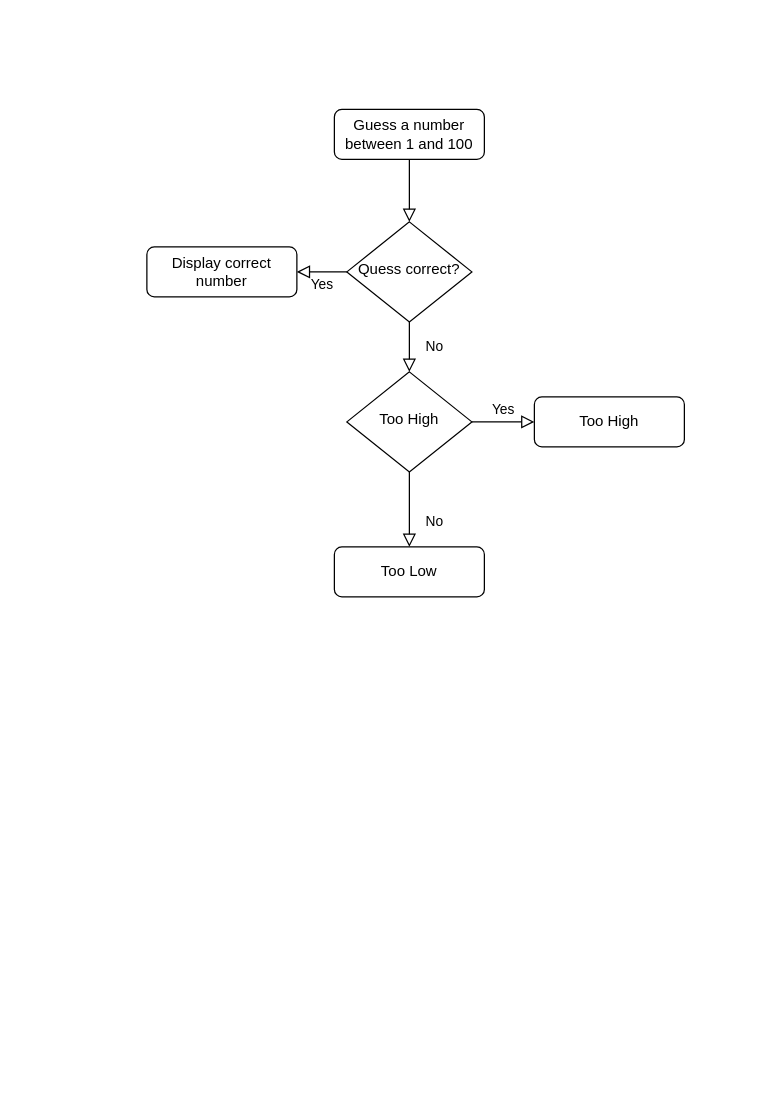
The draw.io diagram guess_the_number.drawio in johangenis/100-days-of-python, before the edit. Source tidied: cells renumbered, new cells numbered last; positions are measured from the earlier drawing's top-left corner, leaving out a move shared by most shapes. Both pictures are drawn from the tidied source at 125%, with x=0, y=0 at pixel (146, 109).
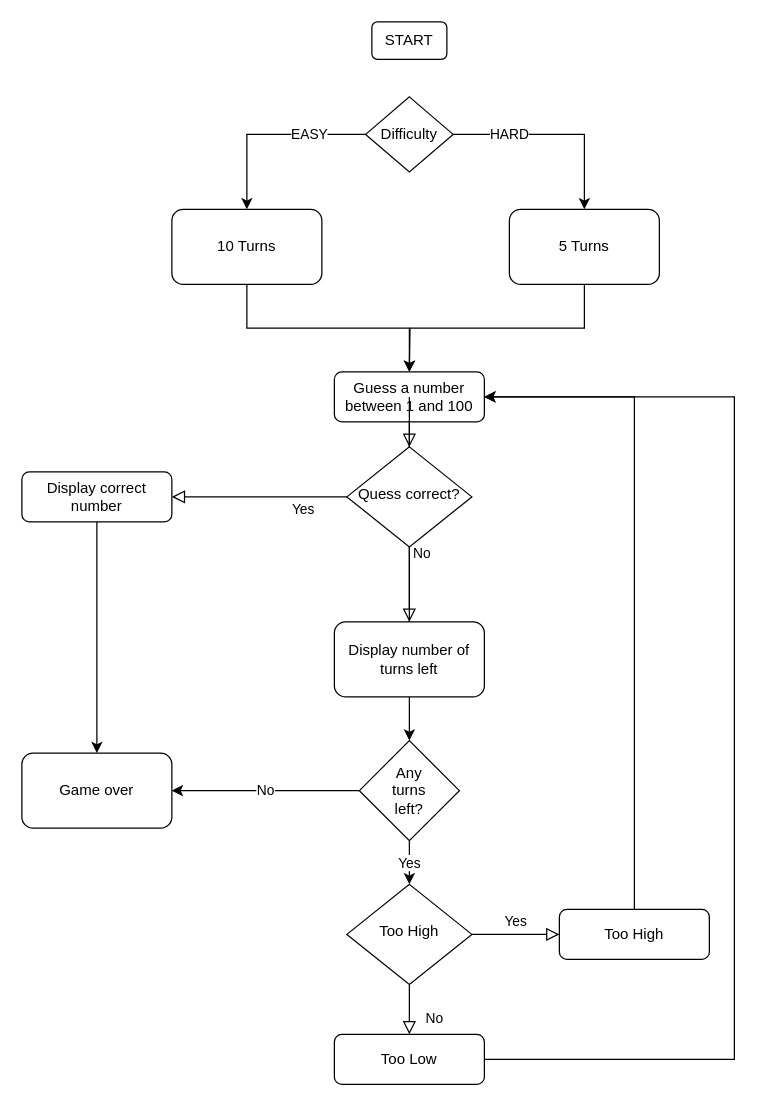
After the change.

The edit, as a diff of the source:
```diff
@@
     <mxCell id="3" value="Guess a number between 1 and 100" style="rounded=1;whiteSpace=wrap;html=1;fontSize=12;glass=0;strokeWidth=1;shadow=0;" parent="1" vertex="1">
-      <mxGeometry x="150" width="120" height="40" as="geometry" />
+      <mxGeometry x="150" y="210" width="120" height="40" as="geometry" />
     </mxCell>
-    <mxCell id="4" value="No" style="rounded=0;html=1;jettySize=auto;fontSize=11;endArrow=block;endFill=0;endSize=8;strokeWidth=1;shadow=0;labelBackgroundColor=none;edgeStyle=orthogonalEdgeStyle;" parent="1" edge="1" source="6" target="10">
-      <mxGeometry y="20" relative="1" as="geometry" />
-    </mxCell>
     <mxCell id="5" value="Yes" style="edgeStyle=orthogonalEdgeStyle;rounded=0;html=1;jettySize=auto;fontSize=11;endArrow=block;endFill=0;endSize=8;strokeWidth=1;shadow=0;labelBackgroundColor=none;" parent="1" edge="1" source="6" target="7">
-      <mxGeometry y="10" relative="1" as="geometry" />
+      <mxGeometry x="-0.5" y="10" relative="1" as="geometry" />
     </mxCell>
-    <mxCell id="6" value="Quess correct?" style="rhombus;whiteSpace=wrap;html=1;shadow=0;fontFamily=Helvetica;fontSize=12;align=center;strokeWidth=1;spacing=6;spacingTop=-4;" parent="1" vertex="1">
-      <mxGeometry x="160" y="90" width="100" height="80" as="geometry" />
-    </mxCell>
+    <mxCell id="13" style="edgeStyle=orthogonalEdgeStyle;rounded=0;jettySize=auto;html=1;exitX=0.5;exitY=1;exitDx=0;exitDy=0;entryX=0.5;entryY=0;entryDx=0;entryDy=0;" parent="1" edge="1" source="7" target="21">
+      <mxGeometry relative="1" as="geometry" />
+    </mxCell>
     <mxCell id="7" value="Display correct number" style="rounded=1;whiteSpace=wrap;html=1;fontSize=12;glass=0;strokeWidth=1;shadow=0;" parent="1" vertex="1">
-      <mxGeometry y="110" width="120" height="40" as="geometry" />
+      <mxGeometry x="-100" y="290" width="120" height="40" as="geometry" />
     </mxCell>
@@
     <mxCell id="10" value="Too High" style="rhombus;whiteSpace=wrap;html=1;shadow=0;fontFamily=Helvetica;fontSize=12;align=center;strokeWidth=1;spacing=6;spacingTop=-4;" parent="1" vertex="1">
-      <mxGeometry x="160" y="210" width="100" height="80" as="geometry" />
+      <mxGeometry x="160" y="620" width="100" height="80" as="geometry" />
     </mxCell>
+    <mxCell id="14" style="edgeStyle=orthogonalEdgeStyle;rounded=0;jettySize=auto;html=1;exitX=1;exitY=0.5;exitDx=0;exitDy=0;entryX=1;entryY=0.5;entryDx=0;entryDy=0;" parent="1" edge="1" source="11" target="3">
+      <mxGeometry relative="1" as="geometry">
+        <Array as="points">
+          <mxPoint x="470" y="760" />
+          <mxPoint x="470" y="230" />
+        </Array>
+      </mxGeometry>
+    </mxCell>
     <mxCell id="11" value="Too Low" style="rounded=1;whiteSpace=wrap;html=1;fontSize=12;glass=0;strokeWidth=1;shadow=0;" parent="1" vertex="1">
-      <mxGeometry x="150" y="350" width="120" height="40" as="geometry" />
+      <mxGeometry x="150" y="740" width="120" height="40" as="geometry" />
     </mxCell>
+    <mxCell id="15" style="edgeStyle=orthogonalEdgeStyle;rounded=0;jettySize=auto;html=1;exitX=0.5;exitY=0;exitDx=0;exitDy=0;entryX=1;entryY=0.5;entryDx=0;entryDy=0;" parent="1" edge="1" source="12" target="3">
+      <mxGeometry relative="1" as="geometry" />
+    </mxCell>
     <mxCell id="12" value="Too High" style="rounded=1;whiteSpace=wrap;html=1;fontSize=12;glass=0;strokeWidth=1;shadow=0;" parent="1" vertex="1">
-      <mxGeometry x="310" y="230" width="120" height="40" as="geometry" />
+      <mxGeometry x="330" y="640" width="120" height="40" as="geometry" />
     </mxCell>
+    <mxCell id="16" style="edgeStyle=orthogonalEdgeStyle;rounded=0;jettySize=auto;html=1;exitX=0.5;exitY=0;exitDx=0;exitDy=0;entryX=0.5;entryY=0;entryDx=0;entryDy=0;" parent="1" edge="1" source="6" target="20">
+      <mxGeometry relative="1" as="geometry">
+        <Array as="points">
+          <mxPoint x="210" y="230" />
+          <mxPoint x="210" y="230" />
+        </Array>
+      </mxGeometry>
+    </mxCell>
+    <mxCell id="17" value="Display number of turns left" style="rounded=1;whiteSpace=wrap;html=1;" parent="1" vertex="1">
+      <mxGeometry x="150" y="410" width="120" height="60" as="geometry" />
+    </mxCell>
+    <mxCell id="4" value="No" style="rounded=0;html=1;jettySize=auto;fontSize=11;endArrow=block;endFill=0;endSize=8;strokeWidth=1;shadow=0;labelBackgroundColor=none;edgeStyle=orthogonalEdgeStyle;" parent="1" edge="1" source="6" target="17">
+      <mxGeometry x="-0.83" y="10" relative="1" as="geometry" />
+    </mxCell>
+    <mxCell id="18" value="Yes" style="edgeStyle=orthogonalEdgeStyle;rounded=0;jettySize=auto;html=1;exitX=0.5;exitY=1;exitDx=0;exitDy=0;entryX=0.5;entryY=0;entryDx=0;entryDy=0;" parent="1" edge="1" source="20" target="10">
+      <mxGeometry relative="1" as="geometry" />
+    </mxCell>
+    <mxCell id="19" value="No" style="edgeStyle=orthogonalEdgeStyle;rounded=0;jettySize=auto;html=1;exitX=0;exitY=0.5;exitDx=0;exitDy=0;entryX=1;entryY=0.5;entryDx=0;entryDy=0;" parent="1" edge="1" source="20" target="21">
+      <mxGeometry relative="1" as="geometry" />
+    </mxCell>
+    <mxCell id="20" value="Any &lt;br&gt;turns &lt;br&gt;left?" style="rhombus;whiteSpace=wrap;html=1;" parent="1" vertex="1">
+      <mxGeometry x="170" y="505" width="80" height="80" as="geometry" />
+    </mxCell>
+    <mxCell id="21" value="Game over" style="rounded=1;whiteSpace=wrap;html=1;" parent="1" vertex="1">
+      <mxGeometry x="-100" y="515" width="120" height="60" as="geometry" />
+    </mxCell>
+    <mxCell id="22" value="START" style="rounded=1;whiteSpace=wrap;html=1;" parent="1" vertex="1">
+      <mxGeometry x="180" y="-70" width="60" height="30" as="geometry" />
+    </mxCell>
+    <mxCell id="6" value="Quess correct?" style="rhombus;whiteSpace=wrap;html=1;shadow=0;fontFamily=Helvetica;fontSize=12;align=center;strokeWidth=1;spacing=6;spacingTop=-4;" parent="1" vertex="1">
+      <mxGeometry x="160" y="270" width="100" height="80" as="geometry" />
+    </mxCell>
+    <mxCell id="23" value="HARD" style="edgeStyle=orthogonalEdgeStyle;rounded=0;jettySize=auto;html=1;exitX=1;exitY=0.5;exitDx=0;exitDy=0;" parent="1" edge="1" source="25" target="27">
+      <mxGeometry x="-0.45" relative="1" as="geometry" />
+    </mxCell>
+    <mxCell id="24" value="EASY" style="edgeStyle=orthogonalEdgeStyle;rounded=0;jettySize=auto;html=1;exitX=0;exitY=0.5;exitDx=0;exitDy=0;entryX=0.5;entryY=0;entryDx=0;entryDy=0;" parent="1" edge="1" source="25" target="29">
+      <mxGeometry x="-0.42" relative="1" as="geometry" />
+    </mxCell>
+    <mxCell id="25" value="Difficulty" style="rhombus;whiteSpace=wrap;html=1;" parent="1" vertex="1">
+      <mxGeometry x="175" y="-10" width="70" height="60" as="geometry" />
+    </mxCell>
+    <mxCell id="26" style="edgeStyle=orthogonalEdgeStyle;rounded=0;jettySize=auto;html=1;exitX=0.5;exitY=1;exitDx=0;exitDy=0;" parent="1" edge="1" source="27">
+      <mxGeometry relative="1" as="geometry">
+        <mxPoint x="210" y="210" as="targetPoint" />
+      </mxGeometry>
+    </mxCell>
+    <mxCell id="27" value="5 Turns" style="rounded=1;whiteSpace=wrap;html=1;" parent="1" vertex="1">
+      <mxGeometry x="290" y="80" width="120" height="60" as="geometry" />
+    </mxCell>
+    <mxCell id="28" style="edgeStyle=orthogonalEdgeStyle;rounded=0;jettySize=auto;html=1;exitX=0.5;exitY=1;exitDx=0;exitDy=0;entryX=0.5;entryY=0;entryDx=0;entryDy=0;" parent="1" edge="1" source="29" target="3">
+      <mxGeometry relative="1" as="geometry" />
+    </mxCell>
+    <mxCell id="29" value="10 Turns" style="rounded=1;whiteSpace=wrap;html=1;" parent="1" vertex="1">
+      <mxGeometry x="20" y="80" width="120" height="60" as="geometry" />
+    </mxCell>
```
